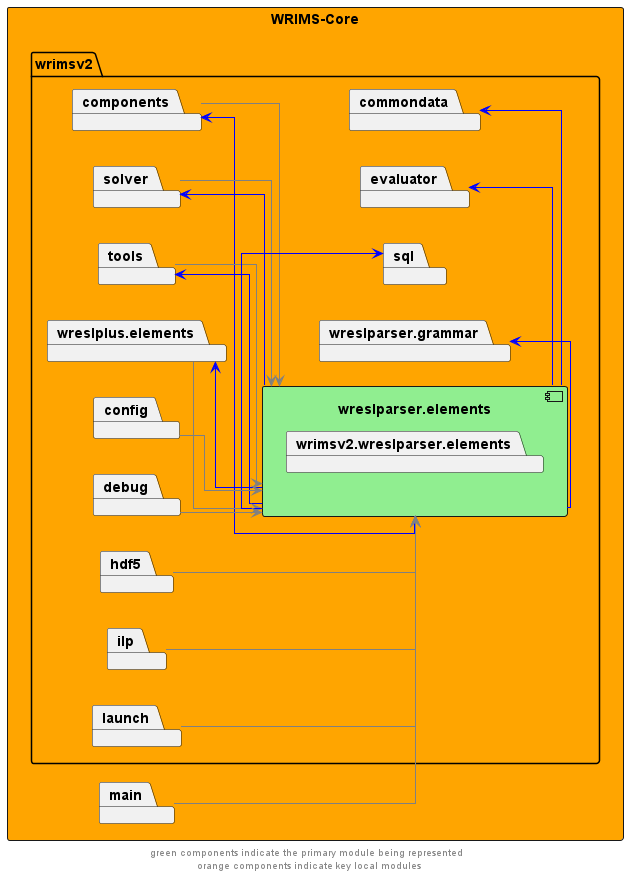
The PlantUML diagram docs/diagrams/wrims-core/wrims-core_wreslparser-elements.png in CentralValleyModeling/wrims, before a commit.
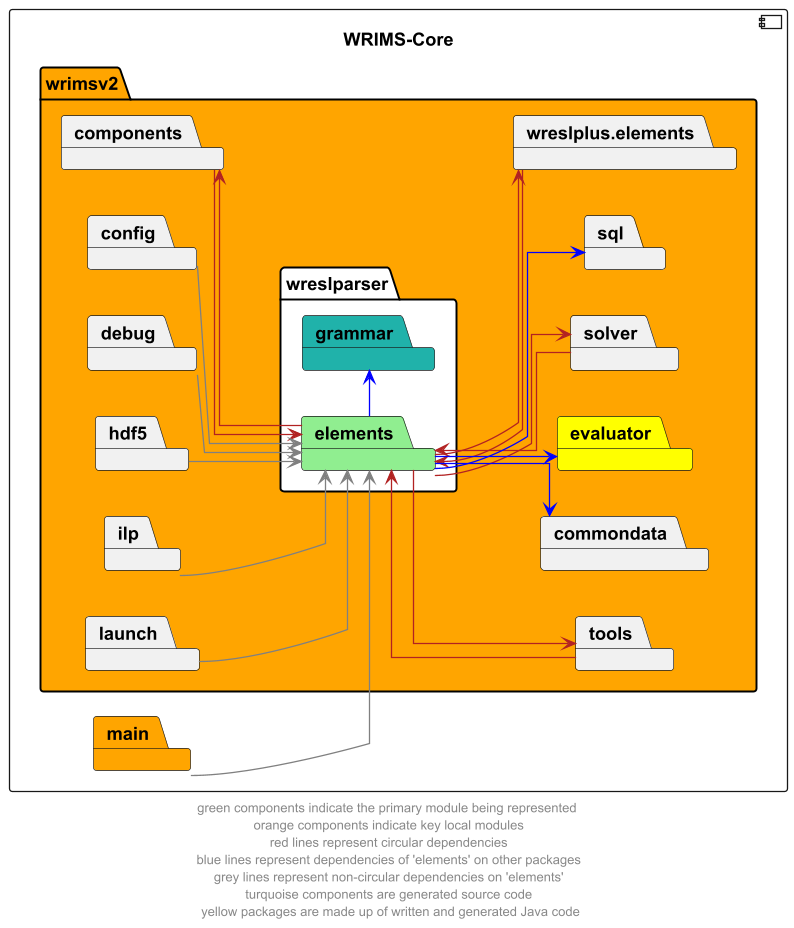
Later version of the same file.

Diff of the diagram source:
```diff
@@ -2,20 +2,18 @@
 left to right direction
 skinparam linetype ortho
 
-rectangle wrims_core as "WRIMS-Core" #orange {
-        package wrimsv2{
-            package wreslparser.elements {
-                component wreslparser.elements #lightgreen {
-                    package wrimsv2.wreslparser.elements
-                }
-            }
+component wrims_core as "WRIMS-Core" {
+    package wrimsv2 #orange {
+        package wreslparser #white {
+            package elements #lightgreen
+            package grammar #lightseagreen
+        }
         package commondata
         package components
-        package evaluator
+        package evaluator #yellow
         package solver
         package tools
         package sql
-        package wreslparser.grammar
         package wreslplus.elements
 
         package config
@@ -24,30 +22,30 @@
         package ilp
         package launch
     }
-package main
+    package main #orange
 }
 
-wreslparser.elements -l->  components #blue
-components -->  wreslparser.elements #grey
-wreslparser.elements -l->  solver #blue
-solver -->  wreslparser.elements #grey
-wreslparser.elements -l->  tools #blue
-tools -->  wreslparser.elements #grey
-wreslparser.elements -l->  wreslplus.elements #blue
-wreslplus.elements -->  wreslparser.elements #grey
+elements -r->  components #firebrick
+components -->  elements #firebrick
+elements -d->  solver #firebrick
+solver -->  elements #firebrick
+elements -->  tools #firebrick
+tools -l->  elements #firebrick
+elements -->  wreslplus.elements #firebrick
+wreslplus.elements -->  elements #firebrick
 
-wreslparser.elements -r->  commondata #blue
-wreslparser.elements -r->  evaluator #blue
-wreslparser.elements -r->  sql #blue
-wreslparser.elements -r->  wreslparser.grammar #blue
+elements -->  commondata #blue
+elements -->  evaluator #blue
+elements -->  sql #blue
+elements -r->  grammar #blue
 
-config -->  wreslparser.elements #grey
-debug -->  wreslparser.elements #grey
-hdf5 -->  wreslparser.elements #grey
-ilp -->  wreslparser.elements #grey
-launch -->  wreslparser.elements #grey
-main --> wreslparser.elements #grey
+config -->  elements #grey
+debug -->  elements #grey
+hdf5 -->  elements #grey
+ilp -->  elements #grey
+launch -->  elements #grey
+main --> elements #grey
 
 
-footer "green components indicate the primary module being represented \n orange components indicate key local modules"
+footer "green components indicate the primary module being represented \n orange components indicate key local modules \n red lines represent circular dependencies \n blue lines represent dependencies of 'elements' on other packages \n grey lines represent non-circular dependencies on 'elements' \n turquoise components are generated source code \n yellow packages are made up of written and generated Java code"
 @enduml
```
